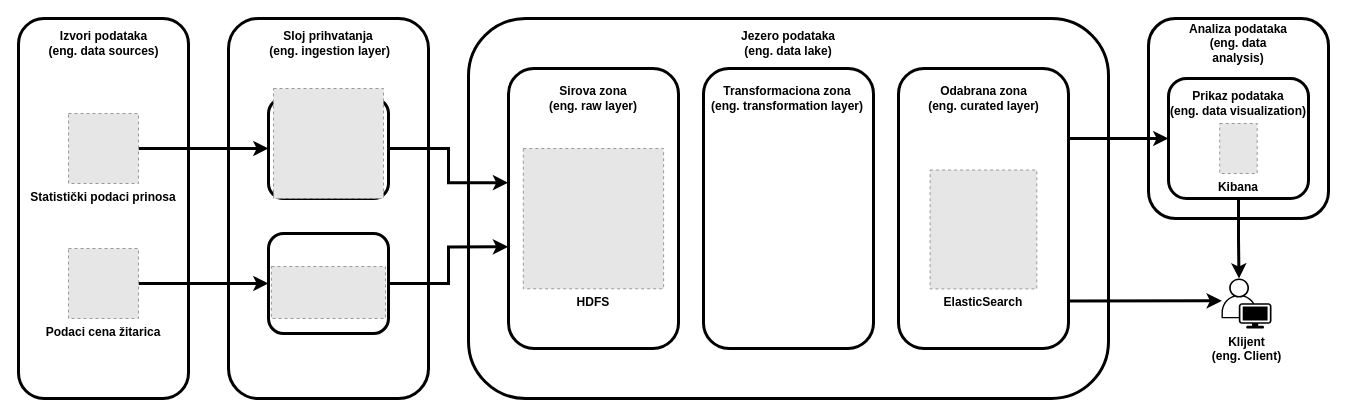
The draw.io diagram asvsp/projekat/dokumentacija/resursi/arhitetkura.drawio in sssteeefaaan/master-I, before the edit. Source tidied: cells renumbered, new cells numbered last; positions are measured from the earlier drawing's top-left corner, leaving out a move shared by most shapes. Both pictures are drawn from the tidied source at 100%, with x=0, y=0 at pixel (18, 18). Pictures stored in the file or linked from it are replaced by grey dashed boxes.
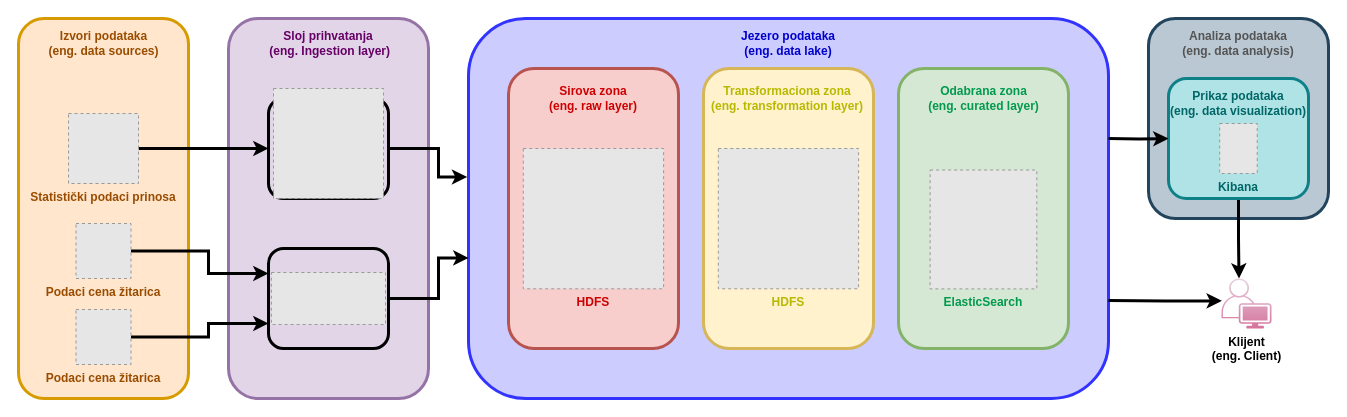
Above is the later version.

The change refers to these unchanged cells:
```xml
<mxCell id="26" style="rounded=1;whiteSpace=wrap;html=1;sketch=0;fontColor=#FF99FF;fillColor=none;strokeWidth=3;" parent="1" vertex="1">
  <mxGeometry x="250" y="80" width="120" height="100" as="geometry" />
</mxCell>
```

Diff of the diagram source:
```diff
@@
-    <mxCell id="2" style="rounded=1;whiteSpace=wrap;html=1;strokeWidth=3;" parent="1" vertex="1">
+    <mxCell id="2" style="rounded=1;whiteSpace=wrap;html=1;strokeWidth=3;fillColor=#ffe6cc;strokeColor=#d79b00;" parent="1" vertex="1">
       <mxGeometry width="170" height="380" as="geometry" />
     </mxCell>
-    <mxCell id="3" value="Izvori podataka&lt;br&gt;(eng. data sources)" style="text;html=1;strokeColor=none;fillColor=none;align=center;verticalAlign=middle;whiteSpace=wrap;rounded=0;fontStyle=1;fontFamily=Helvetica;" parent="1" vertex="1">
+    <mxCell id="3" value="Izvori podataka&lt;br&gt;(eng. data sources)" style="text;html=1;strokeColor=none;fillColor=none;align=center;verticalAlign=middle;whiteSpace=wrap;rounded=0;fontStyle=1;fontFamily=Helvetica;fontColor=#994C00;" parent="1" vertex="1">
       <mxGeometry x="17.5" y="10" width="135" height="30" as="geometry" />
     </mxCell>
-    <mxCell id="4" style="rounded=1;whiteSpace=wrap;html=1;strokeWidth=3;" parent="1" vertex="1">
+    <mxCell id="4" style="rounded=1;whiteSpace=wrap;html=1;strokeWidth=3;fillColor=#e1d5e7;strokeColor=#9673a6;" parent="1" vertex="1">
       <mxGeometry x="210" width="200" height="380" as="geometry" />
     </mxCell>
-    <mxCell id="5" value="Sloj prihvatanja&lt;br&gt;&amp;nbsp;(eng. ingestion layer)" style="text;html=1;strokeColor=none;fillColor=none;align=center;verticalAlign=middle;whiteSpace=wrap;rounded=0;fontStyle=1;fontFamily=Helvetica;" parent="1" vertex="1">
+    <mxCell id="5" value="Sloj prihvatanja&lt;br&gt;&amp;nbsp;(eng. Ingestion layer)" style="text;html=1;strokeColor=none;fillColor=none;align=center;verticalAlign=middle;whiteSpace=wrap;rounded=0;fontStyle=1;fontFamily=Helvetica;fontColor=#660066;" parent="1" vertex="1">
       <mxGeometry x="200" y="10" width="220" height="30" as="geometry" />
     </mxCell>
-    <mxCell id="6" style="rounded=1;whiteSpace=wrap;html=1;strokeWidth=3;" parent="1" vertex="1">
+    <mxCell id="6" style="rounded=1;whiteSpace=wrap;html=1;strokeWidth=3;fillColor=#CCCCFF;strokeColor=#3333FF;" parent="1" vertex="1">
       <mxGeometry x="450" width="640" height="380" as="geometry" />
     </mxCell>
-    <mxCell id="7" style="rounded=1;whiteSpace=wrap;html=1;strokeWidth=3;" parent="1" vertex="1">
+    <mxCell id="7" style="rounded=1;whiteSpace=wrap;html=1;strokeWidth=3;fillColor=#f8cecc;strokeColor=#b85450;" parent="1" vertex="1">
       <mxGeometry x="490" y="50" width="170" height="280" as="geometry" />
     </mxCell>
-    <mxCell id="8" style="rounded=1;whiteSpace=wrap;html=1;strokeWidth=3;" parent="1" vertex="1">
+    <mxCell id="8" style="rounded=1;whiteSpace=wrap;html=1;strokeWidth=3;fillColor=#fff2cc;strokeColor=#d6b656;" parent="1" vertex="1">
       <mxGeometry x="685" y="50" width="170" height="280" as="geometry" />
     </mxCell>
-    <mxCell id="9" style="edgeStyle=orthogonalEdgeStyle;rounded=0;jettySize=auto;html=1;exitX=1.008;exitY=0.83;exitDx=0;exitDy=0;entryX=0.007;entryY=0.447;entryDx=0;entryDy=0;entryPerimeter=0;fontColor=#FF99FF;exitPerimeter=0;strokeWidth=3;" parent="1" edge="1" source="10" target="20">
-      <mxGeometry relative="1" as="geometry" />
+    <mxCell id="9" style="edgeStyle=orthogonalEdgeStyle;rounded=0;jettySize=auto;html=1;entryX=0.007;entryY=0.447;entryDx=0;entryDy=0;entryPerimeter=0;fontColor=#FF99FF;strokeWidth=3;" parent="1" edge="1" target="20">
+      <mxGeometry relative="1" as="geometry">
+        <mxPoint x="1090" y="282" as="sourcePoint" />
+      </mxGeometry>
     </mxCell>
-    <mxCell id="10" style="rounded=1;whiteSpace=wrap;html=1;strokeWidth=3;" parent="1" vertex="1">
+    <mxCell id="10" style="rounded=1;whiteSpace=wrap;html=1;strokeWidth=3;fillColor=#d5e8d4;strokeColor=#82b366;" parent="1" vertex="1">
       <mxGeometry x="880" y="50" width="170" height="280" as="geometry" />
     </mxCell>
-    <mxCell id="11" style="rounded=1;whiteSpace=wrap;html=1;strokeWidth=3;" parent="1" vertex="1">
+    <mxCell id="11" style="rounded=1;whiteSpace=wrap;html=1;strokeWidth=3;fillColor=#bac8d3;strokeColor=#23445d;" parent="1" vertex="1">
       <mxGeometry x="1130" width="180" height="200" as="geometry" />
     </mxCell>
-    <mxCell id="12" value="Jezero podataka&lt;br&gt;(eng. data lake)" style="text;html=1;strokeColor=none;fillColor=none;align=center;verticalAlign=middle;whiteSpace=wrap;rounded=0;fontStyle=1;fontFamily=Helvetica;" parent="1" vertex="1">
+    <mxCell id="12" value="Jezero podataka&lt;br&gt;(eng. data lake)" style="text;html=1;strokeColor=none;fillColor=none;align=center;verticalAlign=middle;whiteSpace=wrap;rounded=0;fontStyle=1;fontFamily=Helvetica;fontColor=#0000CC;" parent="1" vertex="1">
       <mxGeometry x="715" y="10" width="110" height="30" as="geometry" />
     </mxCell>
-    <mxCell id="13" value="Analiza podataka&lt;br&gt;(eng. data analysis)" style="text;html=1;strokeColor=none;fillColor=none;align=center;verticalAlign=middle;whiteSpace=wrap;rounded=0;fontStyle=1;fontFamily=Helvetica;" parent="1" vertex="1">
-      <mxGeometry x="1165" y="10" width="110" height="30" as="geometry" />
+    <mxCell id="13" value="Analiza podataka&lt;br&gt;(eng. data analysis)" style="text;html=1;strokeColor=none;fillColor=none;align=center;verticalAlign=middle;whiteSpace=wrap;rounded=0;fontStyle=1;fontFamily=Helvetica;fontColor=#545454;" parent="1" vertex="1">
+      <mxGeometry x="1150" y="10" width="140" height="30" as="geometry" />
     </mxCell>
@@
-    <mxCell id="15" style="rounded=1;whiteSpace=wrap;html=1;strokeWidth=3;" parent="1" vertex="1">
+    <mxCell id="15" style="rounded=1;whiteSpace=wrap;html=1;strokeWidth=3;fillColor=#b0e3e6;strokeColor=#0e8088;" parent="1" vertex="1">
       <mxGeometry x="1150" y="60" width="140" height="120" as="geometry" />
     </mxCell>
-    <mxCell id="16" value="Prikaz podataka&lt;br&gt;(eng. data visualization)" style="text;html=1;strokeColor=none;fillColor=none;align=center;verticalAlign=middle;whiteSpace=wrap;rounded=0;fontStyle=1;fontFamily=Helvetica;" parent="1" vertex="1">
+    <mxCell id="16" value="Prikaz podataka&lt;br&gt;(eng. data visualization)" style="text;html=1;strokeColor=none;fillColor=none;align=center;verticalAlign=middle;whiteSpace=wrap;rounded=0;fontStyle=1;fontFamily=Helvetica;fontColor=#006666;" parent="1" vertex="1">
       <mxGeometry x="1145" y="70" width="150" height="30" as="geometry" />
     </mxCell>
-    <mxCell id="17" value="Sirova zona&lt;br style=&quot;font-size: 12px;&quot;&gt;(eng. raw layer)" style="text;html=1;strokeColor=none;fillColor=none;align=center;verticalAlign=middle;whiteSpace=wrap;rounded=0;rotation=0;fontStyle=1;fontSize=12;" parent="1" vertex="1">
+    <mxCell id="17" value="Sirova zona&lt;br style=&quot;font-size: 12px;&quot;&gt;(eng. raw layer)" style="text;html=1;strokeColor=none;fillColor=none;align=center;verticalAlign=middle;whiteSpace=wrap;rounded=0;rotation=0;fontStyle=1;fontSize=12;fontColor=#CC0000;" parent="1" vertex="1">
       <mxGeometry x="520" y="65" width="110" height="30" as="geometry" />
     </mxCell>
-    <mxCell id="18" value="Transformaciona zona&lt;br style=&quot;font-size: 12px;&quot;&gt;(eng. transformation layer)" style="text;html=1;strokeColor=none;fillColor=none;align=center;verticalAlign=middle;whiteSpace=wrap;rounded=0;rotation=0;fontStyle=1;fontSize=12;" parent="1" vertex="1">
+    <mxCell id="18" value="Transformaciona zona&lt;br style=&quot;font-size: 12px;&quot;&gt;(eng. transformation layer)" style="text;html=1;strokeColor=none;fillColor=none;align=center;verticalAlign=middle;whiteSpace=wrap;rounded=0;rotation=0;fontStyle=1;fontSize=12;fontColor=#B8B800;" parent="1" vertex="1">
       <mxGeometry x="685" y="65" width="167.5" height="30" as="geometry" />
     </mxCell>
-    <mxCell id="19" value="Odabrana zona&lt;br style=&quot;font-size: 12px;&quot;&gt;(eng. curated layer)" style="text;html=1;strokeColor=none;fillColor=none;align=center;verticalAlign=middle;whiteSpace=wrap;rounded=0;rotation=0;fontStyle=1;fontSize=12;" parent="1" vertex="1">
+    <mxCell id="19" value="Odabrana zona&lt;br style=&quot;font-size: 12px;&quot;&gt;(eng. curated layer)" style="text;html=1;strokeColor=none;fillColor=none;align=center;verticalAlign=middle;whiteSpace=wrap;rounded=0;rotation=0;fontStyle=1;fontSize=12;fontColor=#00994D;" parent="1" vertex="1">
       <mxGeometry x="902.5" y="65" width="125" height="30" as="geometry" />
     </mxCell>
-    <mxCell id="20" value="Klijent&lt;br&gt;(eng. Client)" style="points=[[0.35,0,0],[0.98,0.51,0],[1,0.71,0],[0.67,1,0],[0,0.795,0],[0,0.65,0]];verticalLabelPosition=bottom;sketch=0;html=1;verticalAlign=top;align=center;shape=mxgraph.cisco19.user;fillColor=#000000;strokeColor=none;fontStyle=1;" parent="1" vertex="1">
+    <mxCell id="20" value="Klijent&lt;br&gt;(eng. Client)" style="points=[[0.35,0,0],[0.98,0.51,0],[1,0.71,0],[0.67,1,0],[0,0.795,0],[0,0.65,0]];verticalLabelPosition=bottom;sketch=0;html=1;verticalAlign=top;align=center;shape=mxgraph.cisco19.user;fillColor=#e6d0de;strokeColor=#996185;fontStyle=1;gradientColor=#d5739d;" parent="1" vertex="1">
       <mxGeometry x="1203" y="260" width="50" height="50" as="geometry" />
     </mxCell>
@@
-    <mxCell id="22" value="Statistički podaci prinosa" style="fillColor=#E6E6E6;strokeColor=#999999;dashed=1;verticalLabelPosition=bottom;labelBackgroundColor=default;verticalAlign=top;fontStyle=1;" parent="1" vertex="1">
+    <mxCell id="22" value="Statistički podaci prinosa" style="fillColor=#E6E6E6;strokeColor=#999999;dashed=1;verticalLabelPosition=bottom;labelBackgroundColor=none;verticalAlign=top;fontStyle=1;fontColor=#994C00;" parent="1" vertex="1">
       <mxGeometry x="50" y="95" width="70" height="70" as="geometry" />
     </mxCell>
-    <mxCell id="23" style="edgeStyle=orthogonalEdgeStyle;rounded=0;jettySize=auto;html=1;exitX=1;exitY=0.5;exitDx=0;exitDy=0;entryX=0;entryY=0.5;entryDx=0;entryDy=0;fontColor=#FF99FF;strokeWidth=3;" parent="1" edge="1" source="24" target="28">
-      <mxGeometry relative="1" as="geometry" />
+    <mxCell id="23" style="edgeStyle=orthogonalEdgeStyle;rounded=0;jettySize=auto;html=1;exitX=1;exitY=0.5;exitDx=0;exitDy=0;entryX=0;entryY=0.25;entryDx=0;entryDy=0;fontColor=#994C00;strokeWidth=3;" parent="1" edge="1" source="24" target="28">
+      <mxGeometry relative="1" as="geometry">
+        <Array as="points">
+          <mxPoint x="190" y="232" />
+          <mxPoint x="190" y="255" />
+        </Array>
+      </mxGeometry>
     </mxCell>
-    <mxCell id="24" value="Podaci cena žitarica" style="fillColor=#E6E6E6;strokeColor=#999999;dashed=1;verticalLabelPosition=bottom;labelBackgroundColor=default;verticalAlign=top;fontStyle=1;" parent="1" vertex="1">
-      <mxGeometry x="50" y="230" width="70" height="70" as="geometry" />
+    <mxCell id="24" value="Podaci cena žitarica" style="fillColor=#E6E6E6;strokeColor=#999999;dashed=1;verticalLabelPosition=bottom;labelBackgroundColor=none;verticalAlign=top;fontStyle=1;fontColor=#994C00;" parent="1" vertex="1">
+      <mxGeometry x="57.5" y="205" width="55" height="55" as="geometry" />
     </mxCell>
-    <mxCell id="25" style="edgeStyle=orthogonalEdgeStyle;rounded=0;jettySize=auto;html=1;exitX=1;exitY=0.5;exitDx=0;exitDy=0;entryX=-0.002;entryY=0.408;entryDx=0;entryDy=0;entryPerimeter=0;fontColor=#FF99FF;strokeWidth=3;" parent="1" edge="1" source="26" target="7">
-      <mxGeometry relative="1" as="geometry">
-        <Array as="points">
-          <mxPoint x="430" y="130" />
-          <mxPoint x="430" y="164" />
-        </Array>
-      </mxGeometry>
-    </mxCell>
+    <mxCell id="35" style="edgeStyle=orthogonalEdgeStyle;rounded=0;jettySize=auto;html=1;exitX=1;exitY=0.5;exitDx=0;exitDy=0;entryX=-0.002;entryY=0.417;entryDx=0;entryDy=0;entryPerimeter=0;strokeWidth=3;fontColor=#994C00;" parent="1" edge="1" source="26" target="6">
+      <mxGeometry relative="1" as="geometry">
+        <Array as="points">
+          <mxPoint x="420" y="130" />
+          <mxPoint x="420" y="159" />
+        </Array>
+      </mxGeometry>
+    </mxCell>
@@
-    <mxCell id="27" style="edgeStyle=orthogonalEdgeStyle;rounded=0;jettySize=auto;html=1;exitX=1;exitY=0.5;exitDx=0;exitDy=0;entryX=-0.002;entryY=0.637;entryDx=0;entryDy=0;entryPerimeter=0;fontColor=#FF99FF;strokeWidth=3;" parent="1" edge="1" source="28" target="7">
-      <mxGeometry relative="1" as="geometry">
-        <Array as="points">
-          <mxPoint x="430" y="265" />
-          <mxPoint x="430" y="228" />
-        </Array>
-      </mxGeometry>
-    </mxCell>
-    <mxCell id="28" style="rounded=1;whiteSpace=wrap;html=1;sketch=0;fontColor=#FF99FF;fillColor=none;strokeWidth=3;" parent="1" vertex="1">
-      <mxGeometry x="250" y="215" width="120" height="100" as="geometry" />
-    </mxCell>
-    <mxCell id="29" value="Kibana" style="fillColor=#E6E6E6;strokeColor=#999999;dashed=1;verticalLabelPosition=bottom;labelBackgroundColor=default;verticalAlign=top;fontStyle=1;" parent="1" vertex="1">
+    <mxCell id="29" value="Kibana" style="fillColor=#E6E6E6;strokeColor=#999999;dashed=1;verticalLabelPosition=bottom;labelBackgroundColor=none;verticalAlign=top;fontStyle=1;fontColor=#006666;" parent="1" vertex="1">
       <mxGeometry x="1201.2" y="105" width="37.5" height="50" as="geometry" />
     </mxCell>
-    <mxCell id="30" value="ElasticSearch" style="fillColor=#E6E6E6;strokeColor=#999999;dashed=1;verticalLabelPosition=bottom;labelBackgroundColor=default;verticalAlign=top;fontStyle=1;" parent="1" vertex="1">
+    <mxCell id="30" value="ElasticSearch" style="fillColor=#E6E6E6;strokeColor=#999999;dashed=1;verticalLabelPosition=bottom;labelBackgroundColor=none;verticalAlign=top;fontStyle=1;fontColor=#00994D;" parent="1" vertex="1">
       <mxGeometry x="911.6" y="151.5" width="106.7" height="118.9" as="geometry" />
     </mxCell>
@@
-    <mxCell id="32" style="fillColor=#E6E6E6;strokeColor=#999999;dashed=1;verticalLabelPosition=bottom;labelBackgroundColor=default;verticalAlign=top;" parent="1" vertex="1">
-      <mxGeometry x="252.9" y="248" width="114.1" height="52" as="geometry" />
-    </mxCell>
-    <mxCell id="33" value="HDFS" style="fillColor=#E6E6E6;strokeColor=#999999;dashed=1;verticalLabelPosition=bottom;labelBackgroundColor=default;verticalAlign=top;fontStyle=1;" parent="1" vertex="1">
+    <mxCell id="33" value="HDFS" style="fillColor=#E6E6E6;strokeColor=#999999;dashed=1;verticalLabelPosition=bottom;labelBackgroundColor=none;verticalAlign=top;fontStyle=1;fontColor=#CC0000;" parent="1" vertex="1">
       <mxGeometry x="504.8" y="130" width="140.3" height="140.3" as="geometry" />
     </mxCell>
-    <mxCell id="34" style="edgeStyle=orthogonalEdgeStyle;rounded=0;jettySize=auto;html=1;exitX=1;exitY=0.25;exitDx=0;exitDy=0;entryX=0;entryY=0.5;entryDx=0;entryDy=0;fontColor=#FF99FF;strokeWidth=3;" parent="1" edge="1" source="10" target="15">
-      <mxGeometry relative="1" as="geometry" />
+    <mxCell id="34" style="edgeStyle=orthogonalEdgeStyle;rounded=0;jettySize=auto;html=1;entryX=0;entryY=0.5;entryDx=0;entryDy=0;fontColor=#FF99FF;strokeWidth=3;" parent="1" edge="1" target="15">
+      <mxGeometry relative="1" as="geometry">
+        <mxPoint x="1090" y="120" as="sourcePoint" />
+      </mxGeometry>
     </mxCell>
+    <mxCell id="36" value="HDFS" style="fillColor=#E6E6E6;strokeColor=#999999;dashed=1;verticalLabelPosition=bottom;labelBackgroundColor=none;verticalAlign=top;fontStyle=1;fontColor=#B8B800;" parent="1" vertex="1">
+      <mxGeometry x="699.8" y="130" width="140.3" height="140.3" as="geometry" />
+    </mxCell>
+    <mxCell id="37" style="edgeStyle=orthogonalEdgeStyle;rounded=0;jettySize=auto;html=1;exitX=1;exitY=0.5;exitDx=0;exitDy=0;entryX=0;entryY=0.75;entryDx=0;entryDy=0;fontColor=#994C00;strokeWidth=3;" parent="1" edge="1" source="38" target="28">
+      <mxGeometry relative="1" as="geometry">
+        <Array as="points">
+          <mxPoint x="190" y="318" />
+          <mxPoint x="190" y="305" />
+        </Array>
+      </mxGeometry>
+    </mxCell>
+    <mxCell id="38" value="Podaci cena žitarica" style="fillColor=#E6E6E6;strokeColor=#999999;dashed=1;verticalLabelPosition=bottom;labelBackgroundColor=none;verticalAlign=top;fontStyle=1;fontColor=#994C00;" parent="1" vertex="1">
+      <mxGeometry x="57.5" y="291" width="55" height="55" as="geometry" />
+    </mxCell>
+    <mxCell id="39" style="group;" parent="1" vertex="1">
+      <mxGeometry x="250" y="220" width="120" height="100" as="geometry" />
+    </mxCell>
+    <mxCell id="28" style="rounded=1;whiteSpace=wrap;html=1;sketch=0;fontColor=#FF99FF;fillColor=none;strokeWidth=3;" parent="39" vertex="1">
+      <mxGeometry y="10" width="120" height="100" as="geometry" />
+    </mxCell>
+    <mxCell id="32" style="fillColor=#E6E6E6;strokeColor=#999999;dashed=1;verticalLabelPosition=bottom;labelBackgroundColor=default;verticalAlign=top;" parent="39" vertex="1">
+      <mxGeometry x="2.9" y="34" width="114.1" height="52" as="geometry" />
+    </mxCell>
+    <mxCell id="40" style="edgeStyle=orthogonalEdgeStyle;rounded=0;jettySize=auto;html=1;exitX=1;exitY=0.5;exitDx=0;exitDy=0;entryX=0;entryY=0.63;entryDx=0;entryDy=0;entryPerimeter=0;strokeWidth=3;fontColor=#994C00;" parent="1" edge="1" source="28" target="6">
+      <mxGeometry relative="1" as="geometry">
+        <Array as="points">
+          <mxPoint x="420" y="280" />
+          <mxPoint x="420" y="239" />
+        </Array>
+      </mxGeometry>
+    </mxCell>
```
